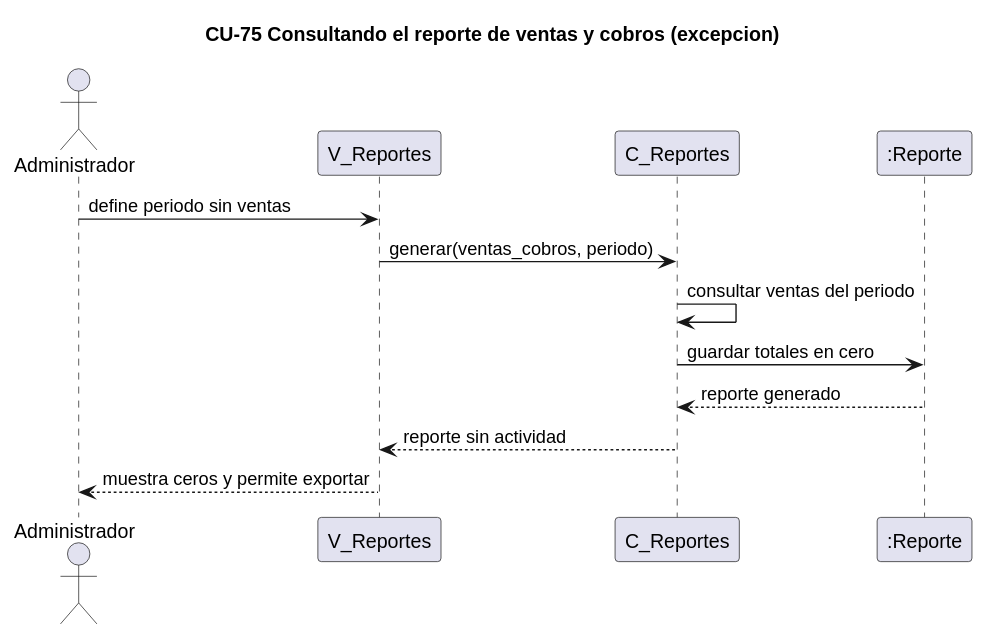
Before: docs/trabajo-grupal/diagramas/secuencias/cu75-reporte-ventas-cobros-excepcion.svg, a diagram exported from PlantUML (kenjikaese/Triverde).
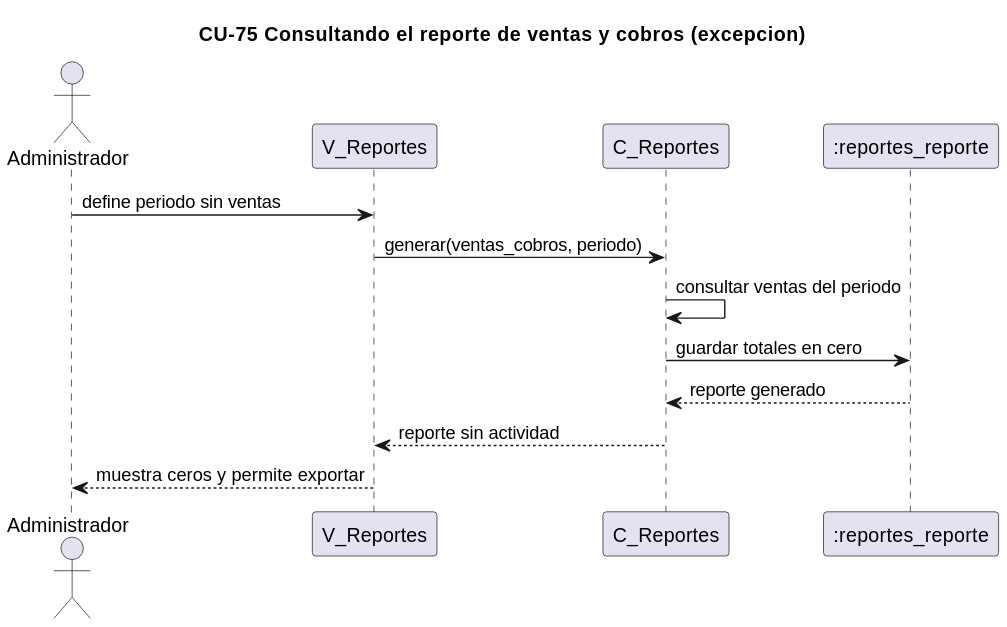
After the commit.

The edit, as a diff of the source:
```diff
@@ -3,7 +3,7 @@
 actor Administrador
 participant "V_Reportes" as V
 participant "C_Reportes" as C
-participant ":Reporte" as REP
+participant ":reportes_reporte" as REP
 Administrador -> V : define periodo sin ventas
 V -> C : generar(ventas_cobros, periodo)
 C -> C : consultar ventas del periodo
```
